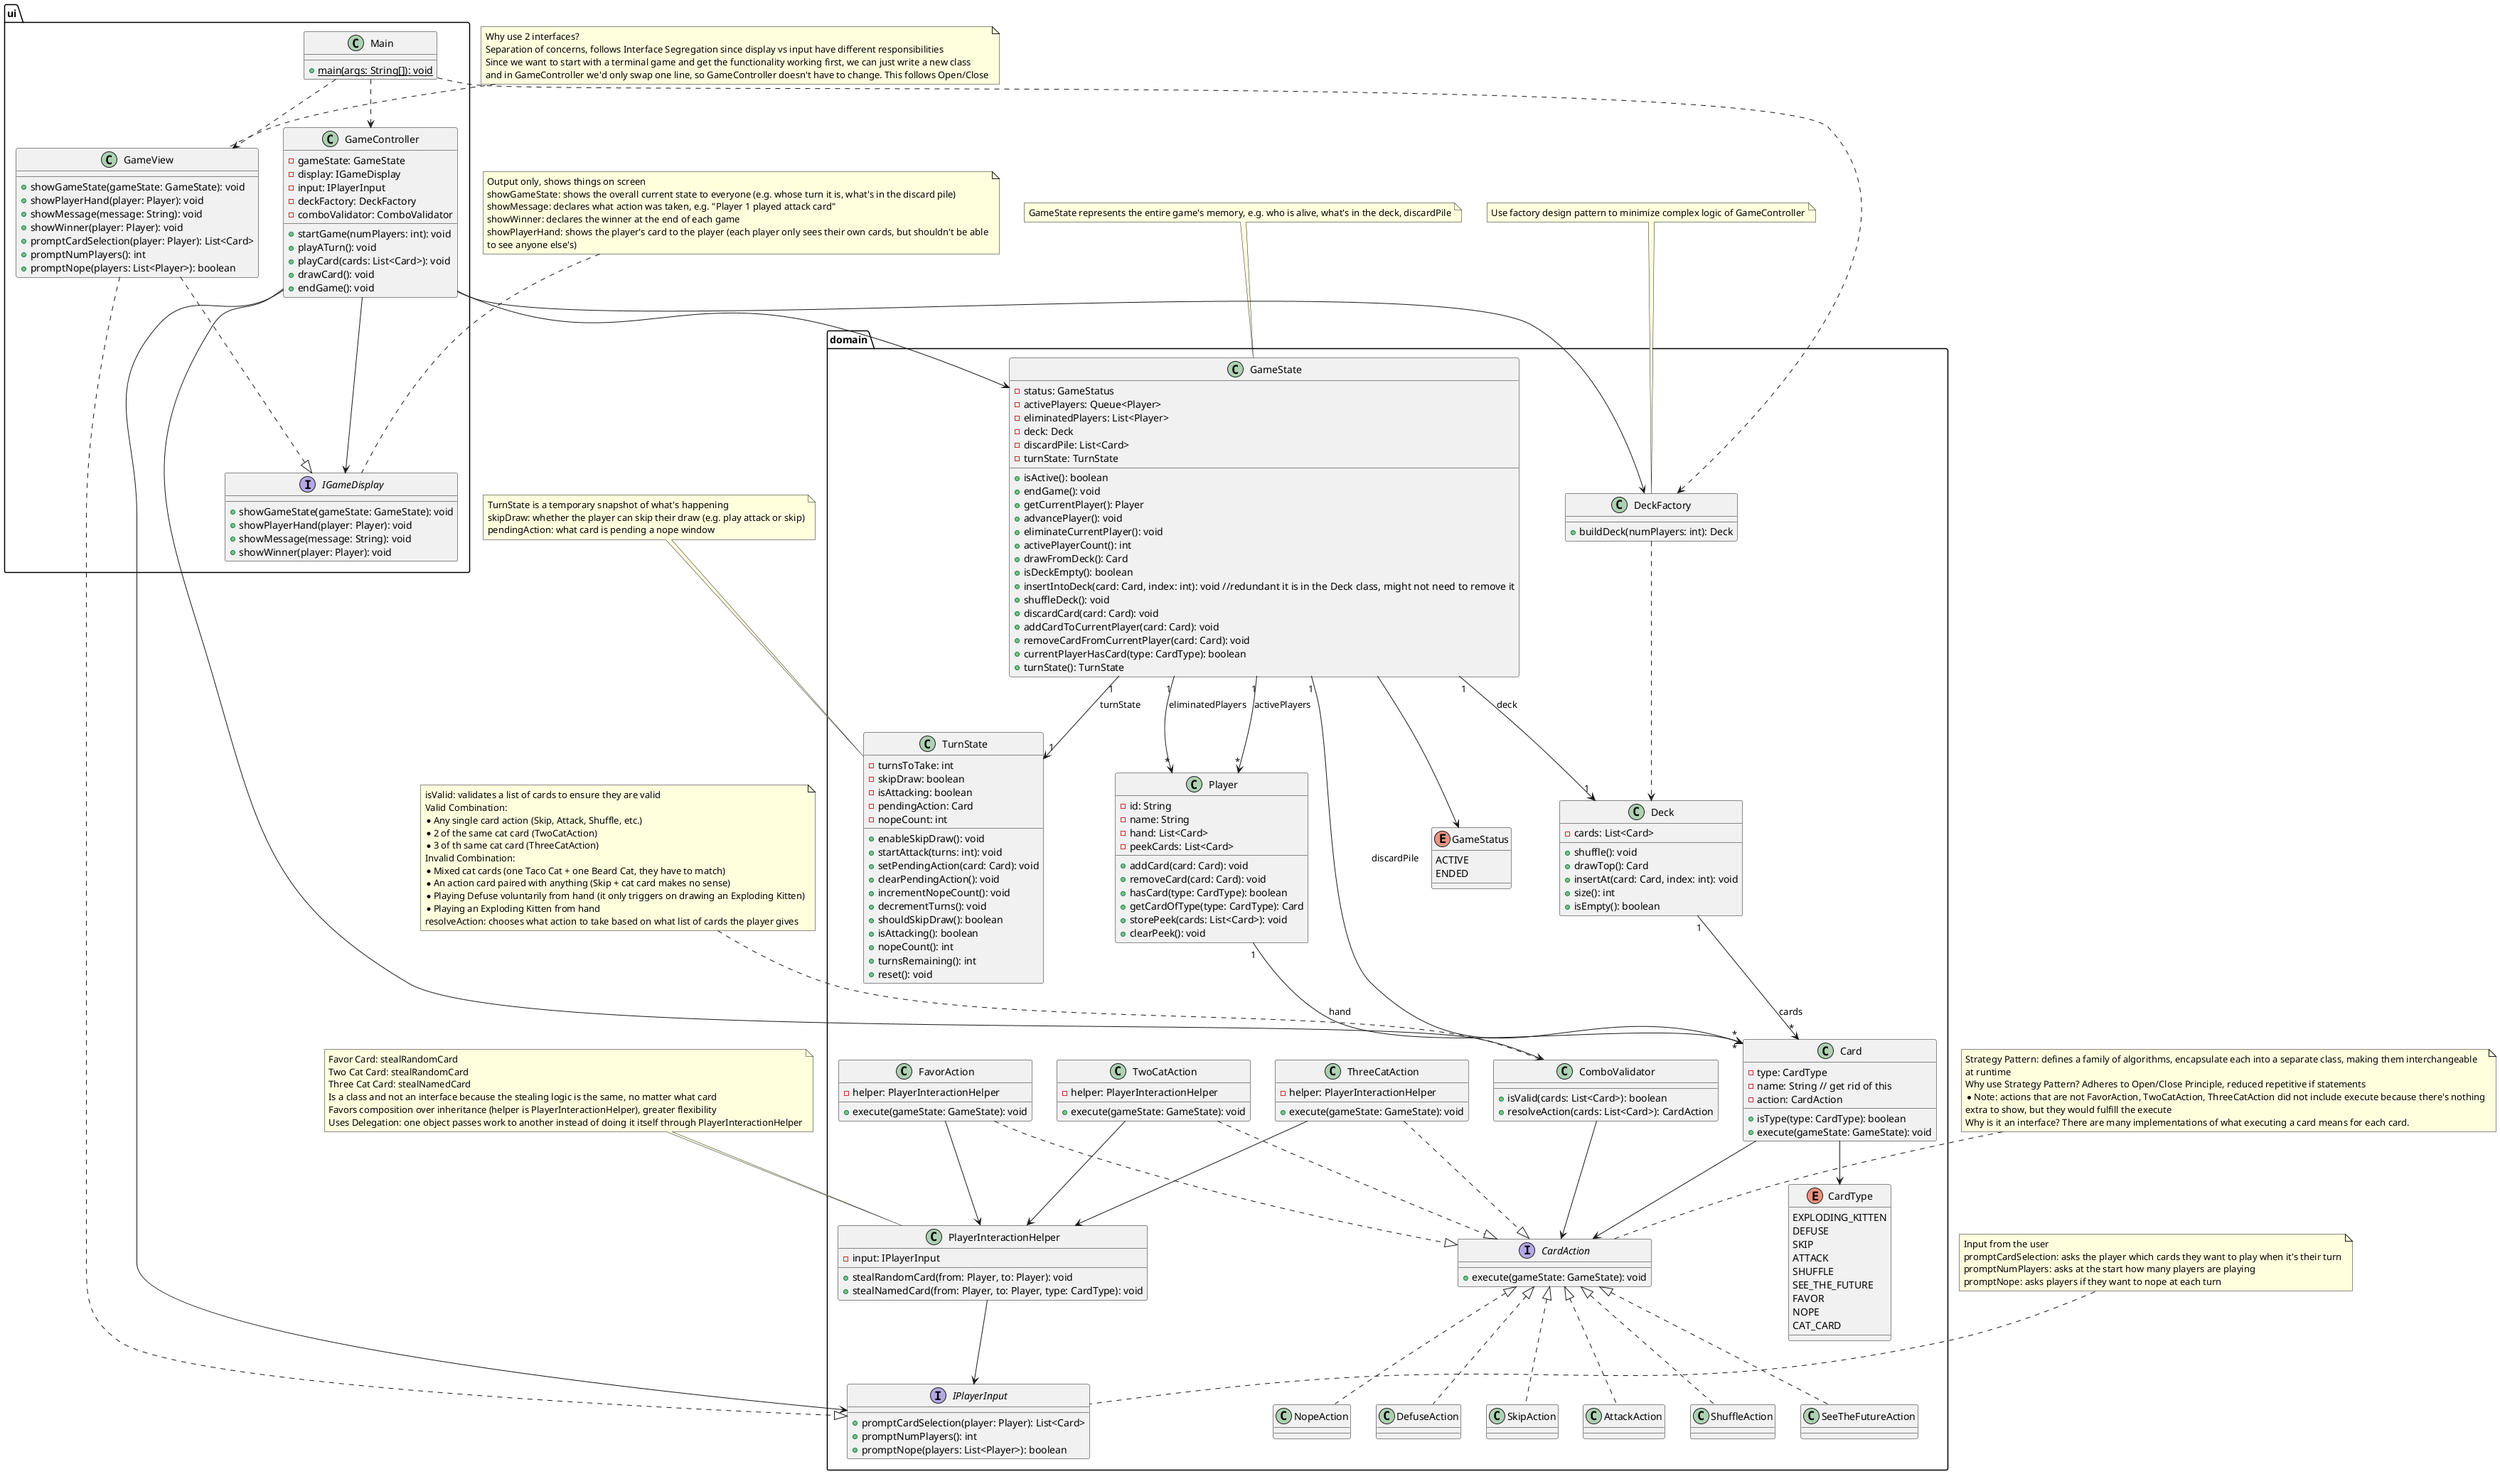
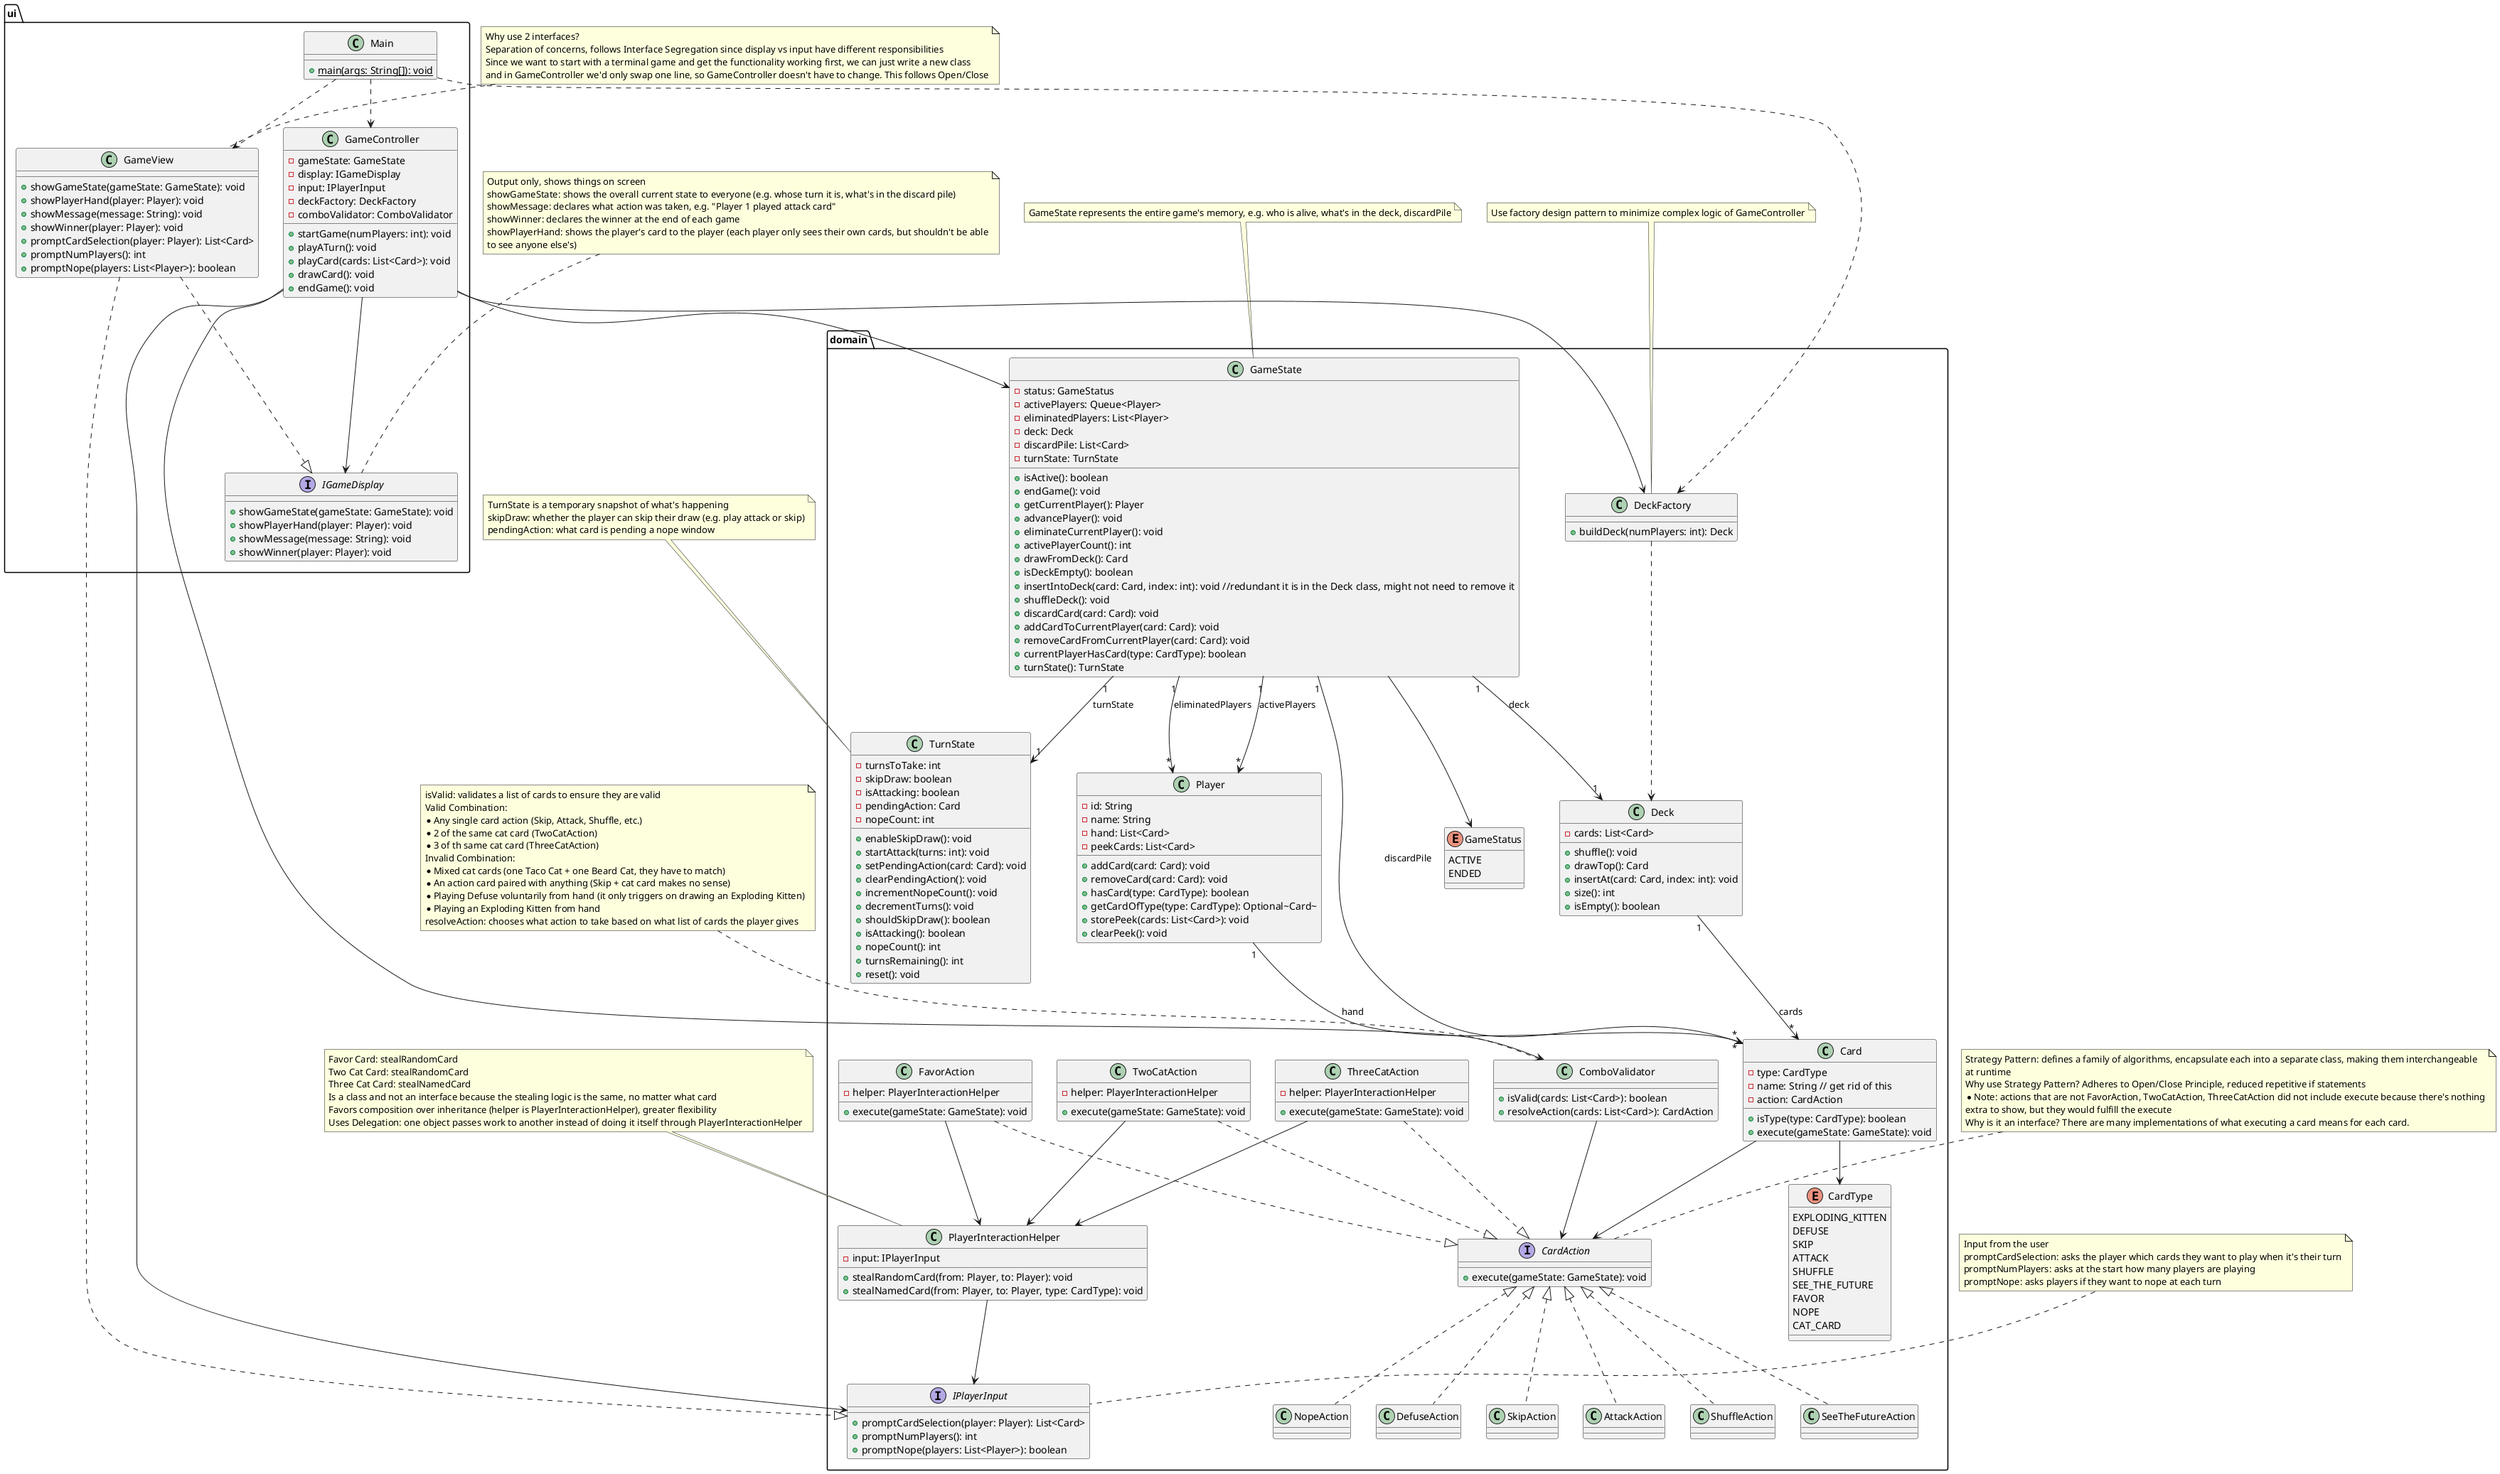
@startuml Exploding Kittens Class Diagram

' ── PlantUML Syntax Guide ─────────────────────────────────
'
' ── Visibility Modifiers (inside classes) ────────────────
' +  → public   (accessible by everyone)
' -  → private  (accessible only within the class)
' #  → protected (accessible within class and subclasses)
'
' ── Relationships ─────────────────────────────────────────
' ..>   → dependency: "uses" (weakest relationship)
'          e.g. A ..> B means A uses B somewhere
'
' -->   → association: "has a reference to"
'          e.g. GameController --> GameState means
'          GameController holds a reference to GameState
'
' ..|>  → realization/implementation: "implements an interface"
'          e.g. GameView ..|> IGameDisplay means
'          GameView implements IGameDisplay
'
' --|>  → inheritance: "extends a class"
'          e.g. Dog --|> Animal means Dog extends Animal
'
' *--   → composition: "owns it, it cannot exist without me"
'          e.g. GameState "1" *-- "1" Deck means
'          Deck is destroyed when GameState is destroyed
'
' o--   → aggregation: "has it, but it can exist without me"
'          e.g. GameState "1" o-- "*" Card : discardPile means
'          Cards exist independently of GameState
'
' ── Multiplicity (the numbers on relationships) ──────────
' "1"  → exactly one
' "*"  → zero or more
' "1..*" → one or more
'          e.g. GameState "1" *-- "*" Player means
'          one GameState owns zero or more Players
'

package ui{
    class Main{
        +{static}main(args: String[]): void
    }

    ' ── View ─────────────────────────────────────────────────
    class GameView {
      + showGameState(gameState: GameState): void
      + showPlayerHand(player: Player): void
      + showMessage(message: String): void
      + showWinner(player: Player): void
      + promptCardSelection(player: Player): List<Card>
      + promptNumPlayers(): int
      + promptNope(players: List<Player>): boolean
    }

    ' ── Controller ───────────────────────────────────────────
    class GameController {
      - gameState: GameState
      - display: IGameDisplay
      - input: IPlayerInput
      - deckFactory: DeckFactory
      - comboValidator: ComboValidator
      + startGame(numPlayers: int): void
      + playATurn(): void
      + playCard(cards: List<Card>): void
      + drawCard(): void
      + endGame(): void
    }

    interface IGameDisplay {
      + showGameState(gameState: GameState): void
      + showPlayerHand(player: Player): void
      + showMessage(message: String): void
      + showWinner(player: Player): void
    }

}

package domain{

    interface IPlayerInput {
      + promptCardSelection(player: Player): List<Card>
      + promptNumPlayers(): int
      + promptNope(players: List<Player>): boolean
    }

    ' ── Enums ────────────────────────────────────────────────
    enum CardType {
      EXPLODING_KITTEN
      DEFUSE
      SKIP
      ATTACK
      SHUFFLE
      SEE_THE_FUTURE
      FAVOR
      NOPE
      CAT_CARD
    }

    enum GameStatus {
      ACTIVE
      ENDED
    }

    ' ── Card Action Strategy ──────────────────────────────────
    interface CardAction {
      + execute(gameState: GameState): void
    }

    class SkipAction implements CardAction
    class AttackAction implements CardAction
    class ShuffleAction implements CardAction
    class SeeTheFutureAction implements CardAction
    'nopeAction may not be needed if only prompted via promptNope in IPlayerInput'
    class NopeAction implements CardAction
    class DefuseAction implements CardAction

    class PlayerInteractionHelper {
      - input: IPlayerInput
      + stealRandomCard(from: Player, to: Player): void
      + stealNamedCard(from: Player, to: Player, type: CardType): void
    }

    class FavorAction {
      - helper: PlayerInteractionHelper
      + execute(gameState: GameState): void
    }

    class TwoCatAction {
      - helper: PlayerInteractionHelper
      + execute(gameState: GameState): void
    }

    class ThreeCatAction {
      - helper: PlayerInteractionHelper
      + execute(gameState: GameState): void
    }

    class ComboValidator {
      + isValid(cards: List<Card>): boolean
      + resolveAction(cards: List<Card>): CardAction
    }

    ' ── Model ────────────────────────────────────────────────
    class Card {
      - type: CardType
      - name: String // get rid of this
      - action: CardAction
      + isType(type: CardType): boolean
      + execute(gameState: GameState): void
    }

    class Player {
      - id: String
      - name: String
      - hand: List<Card>
      - peekCards: List<Card>
      + addCard(card: Card): void
      + removeCard(card: Card): void
      + hasCard(type: CardType): boolean
-       + getCardOfType(type: CardType): Card
+       + getCardOfType(type: CardType): Optional~Card~
      + storePeek(cards: List<Card>): void
      + clearPeek(): void
    }

    class Deck {
      - cards: List<Card>
      + shuffle(): void
      + drawTop(): Card
      + insertAt(card: Card, index: int): void
      + size(): int
      + isEmpty(): boolean
    }

    class DeckFactory {
      + buildDeck(numPlayers: int): Deck
    }

    class TurnState {
      - turnsToTake: int
      - skipDraw: boolean
      - isAttacking: boolean
      - pendingAction: Card
      - nopeCount: int
      + enableSkipDraw(): void
      + startAttack(turns: int): void
      + setPendingAction(card: Card): void
      + clearPendingAction(): void
      + incrementNopeCount(): void
      + decrementTurns(): void
      + shouldSkipDraw(): boolean
      + isAttacking(): boolean
      + nopeCount(): int
      + turnsRemaining(): int
      + reset(): void
    }

    class GameState {
      - status: GameStatus
      - activePlayers: Queue<Player>
      - eliminatedPlayers: List<Player>
      - deck: Deck
      - discardPile: List<Card>
      - turnState: TurnState
      + isActive(): boolean
      + endGame(): void
      + getCurrentPlayer(): Player
      + advancePlayer(): void
      + eliminateCurrentPlayer(): void
      + activePlayerCount(): int
      + drawFromDeck(): Card
      + isDeckEmpty(): boolean
      + insertIntoDeck(card: Card, index: int): void //redundant it is in the Deck class, might not need to remove it
      + shuffleDeck(): void
      + discardCard(card: Card): void
      + addCardToCurrentPlayer(card: Card): void
      + removeCardFromCurrentPlayer(card: Card): void
      + currentPlayerHasCard(type: CardType): boolean
      + turnState(): TurnState
    }


}

' ── Relationships ─────────────────────────────────────────
Main ..> GameView
Main ..> GameController
Main ..> DeckFactory

GameView ..|> IGameDisplay
GameView ..|> IPlayerInput

Card --> CardType
Card --> CardAction

GameState --> GameStatus
GameState "1" --> "1"   Deck      : deck
GameState "1" --> "*"   Player    : activePlayers
GameState "1" --> "*"   Player    : eliminatedPlayers
GameState "1" --> "1"   TurnState : turnState
GameState "1" --> "*"   Card      : discardPile

Player "1" --> "*" Card : hand
Deck   "1" --> "*" Card : cards

FavorAction    --> PlayerInteractionHelper
TwoCatAction   --> PlayerInteractionHelper
ThreeCatAction --> PlayerInteractionHelper

GameController --> GameState
GameController --> IGameDisplay
GameController --> IPlayerInput
GameController --> DeckFactory
GameController --> ComboValidator

ComboValidator --> CardAction
PlayerInteractionHelper --> IPlayerInput

DeckFactory ..> Deck

FavorAction    ..|> CardAction
TwoCatAction   ..|> CardAction
ThreeCatAction ..|> CardAction

' ── Sticky Notes ─────────────────────────────────────────
note top of IGameDisplay
  Output only, shows things on screen
  showGameState: shows the overall current state to everyone (e.g. whose turn it is, what's in the discard pile)
  showMessage: declares what action was taken, e.g. "Player 1 played attack card"
  showWinner: declares the winner at the end of each game
  showPlayerHand: shows the player's card to the player (each player only sees their own cards, but shouldn't be able
  to see anyone else's)
end note

note top of IPlayerInput
  Input from the user
  promptCardSelection: asks the player which cards they want to play when it's their turn
  promptNumPlayers: asks at the start how many players are playing
  promptNope: asks players if they want to nope at each turn
end note

note top of CardAction
  Strategy Pattern: defines a family of algorithms, encapsulate each into a separate class, making them interchangeable
  at runtime
  Why use Strategy Pattern? Adheres to Open/Close Principle, reduced repetitive if statements
  *Note: actions that are not FavorAction, TwoCatAction, ThreeCatAction did not include execute because there's nothing
  extra to show, but they would fulfill the execute
  Why is it an interface? There are many implementations of what executing a card means for each card.
end note

note top of PlayerInteractionHelper
  Favor Card: stealRandomCard
  Two Cat Card: stealRandomCard
  Three Cat Card: stealNamedCard
  Is a class and not an interface because the stealing logic is the same, no matter what card
  Favors composition over inheritance (helper is PlayerInteractionHelper), greater flexibility
  Uses Delegation: one object passes work to another instead of doing it itself through PlayerInteractionHelper
end note

note top of ComboValidator
  isValid: validates a list of cards to ensure they are valid
  Valid Combination:
  *Any single card action (Skip, Attack, Shuffle, etc.)
  *2 of the same cat card (TwoCatAction)
  *3 of th same cat card (ThreeCatAction)
  Invalid Combination:
  *Mixed cat cards (one Taco Cat + one Beard Cat, they have to match)
  *An action card paired with anything (Skip + cat card makes no sense)
  *Playing Defuse voluntarily from hand (it only triggers on drawing an Exploding Kitten)
  *Playing an Exploding Kitten from hand
  resolveAction: chooses what action to take based on what list of cards the player gives
end note

note top of GameState
  GameState represents the entire game's memory, e.g. who is alive, what's in the deck, discardPile
end note

note top of TurnState
  TurnState is a temporary snapshot of what's happening
  skipDraw: whether the player can skip their draw (e.g. play attack or skip)
  pendingAction: what card is pending a nope window
end note

note top of DeckFactory
  Use factory design pattern to minimize complex logic of GameController
end note

note top of GameView
  Why use 2 interfaces?
  Separation of concerns, follows Interface Segregation since display vs input have different responsibilities
  Since we want to start with a terminal game and get the functionality working first, we can just write a new class
  and in GameController we'd only swap one line, so GameController doesn't have to change. This follows Open/Close
end note

@enduml